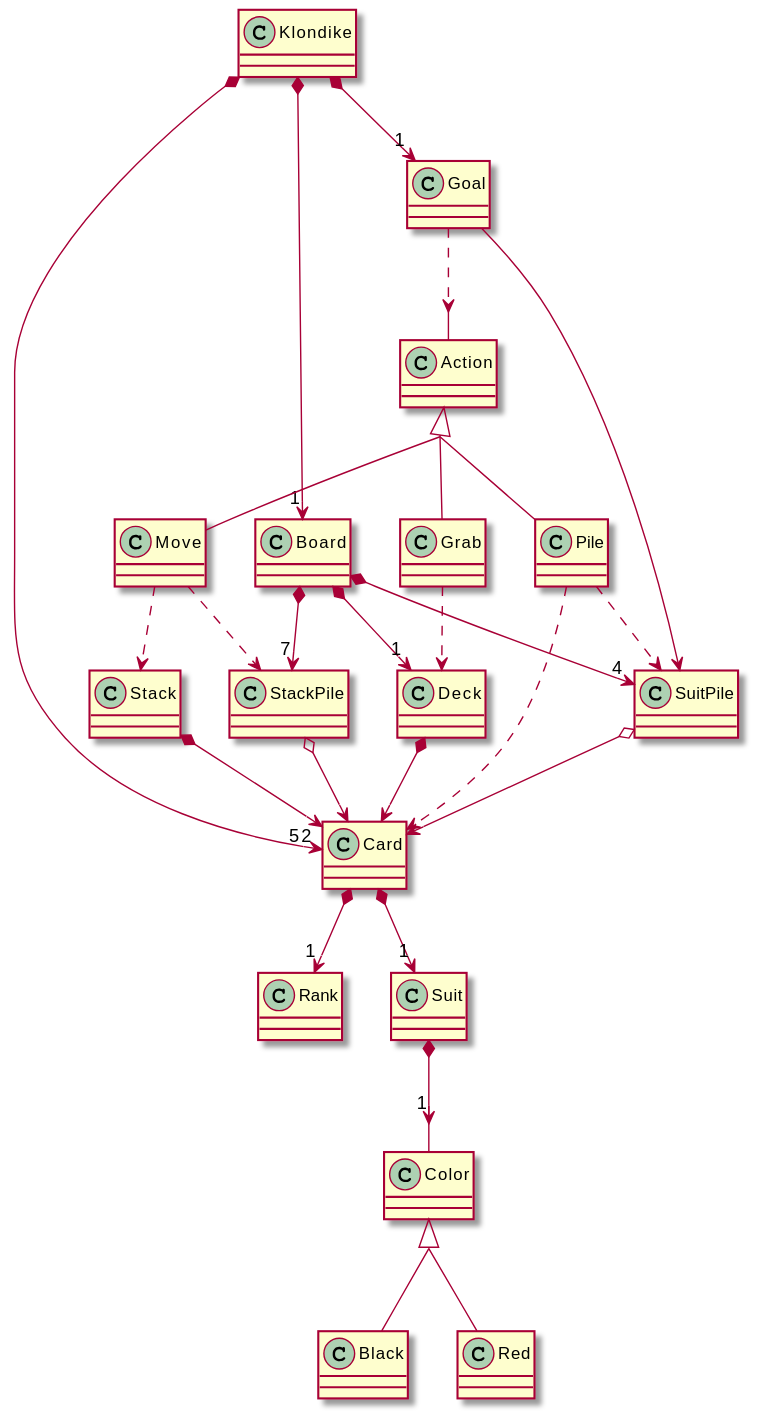
USantaTecla-ed-mpds/lab-dijkstra keeps this PlantUML diagram as tech-uml/game-klondike/diagrams/out/vocabulary.svg. Above is the earlier version.
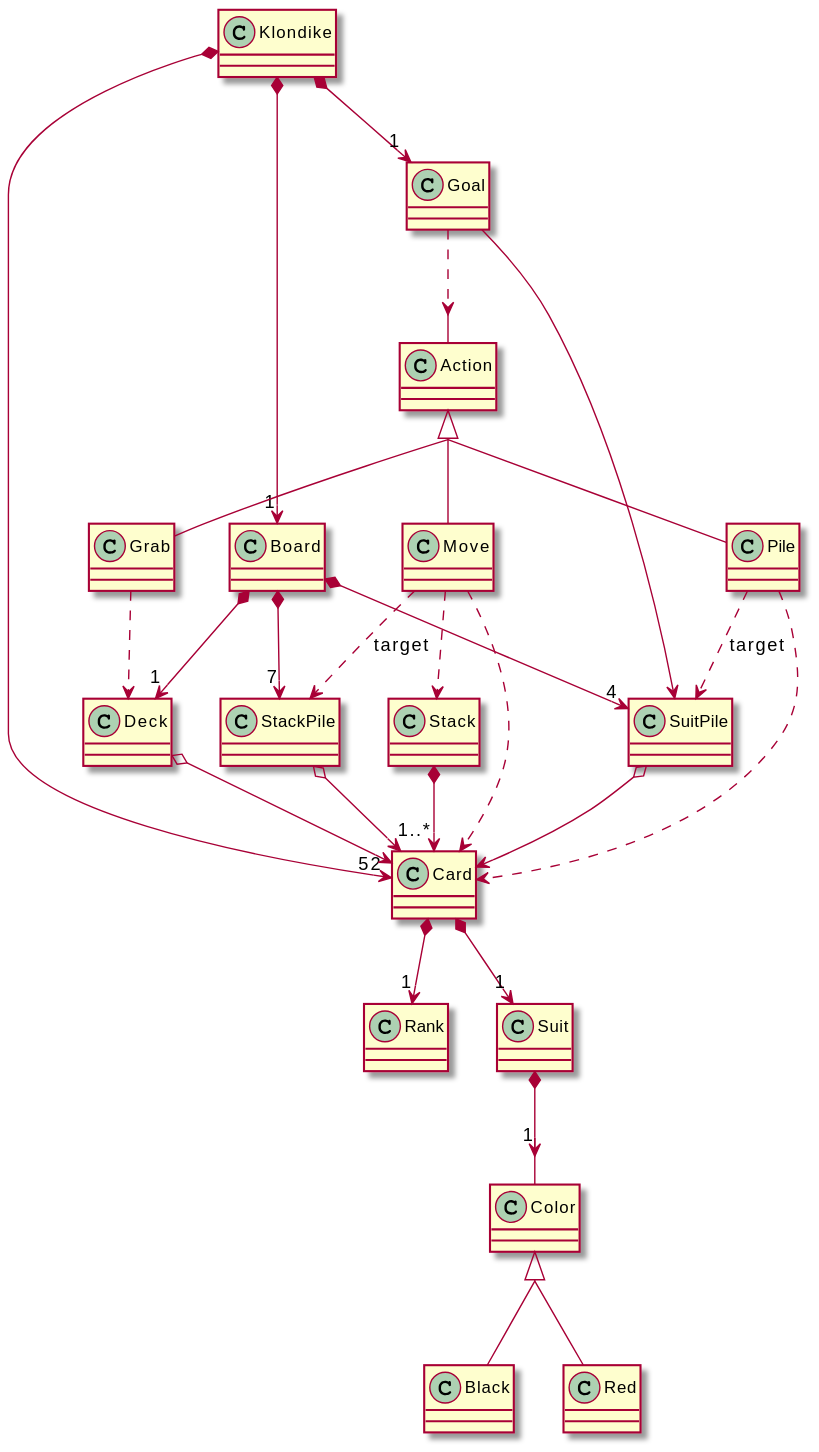
Later version of the same file.

Diff of the diagram source:
```diff
@@ -9,7 +9,7 @@
 SuitPile o--> Card
 Goal ..> Action
 Goal --> SuitPile
-Deck *--> Card
+Deck o--> Card
 Card *--> "1" Rank
 Card *--> "1" Suit
 Suit *--> "1" Color
@@ -18,11 +18,12 @@
 Action <|-- Grab
 Action <|-- Pile
 Action <|-- Move
-Stack *--> Card
+Stack *--> "1..*" Card
 Grab ..> Deck
-Pile ..> SuitPile
+Pile ..> SuitPile : target
 Pile ..> Card
 Move ..> Stack
-Move ..> StackPile
+Move ..> StackPile : target
+Move ..> Card
 StackPile o--> Card
 @enduml
```
